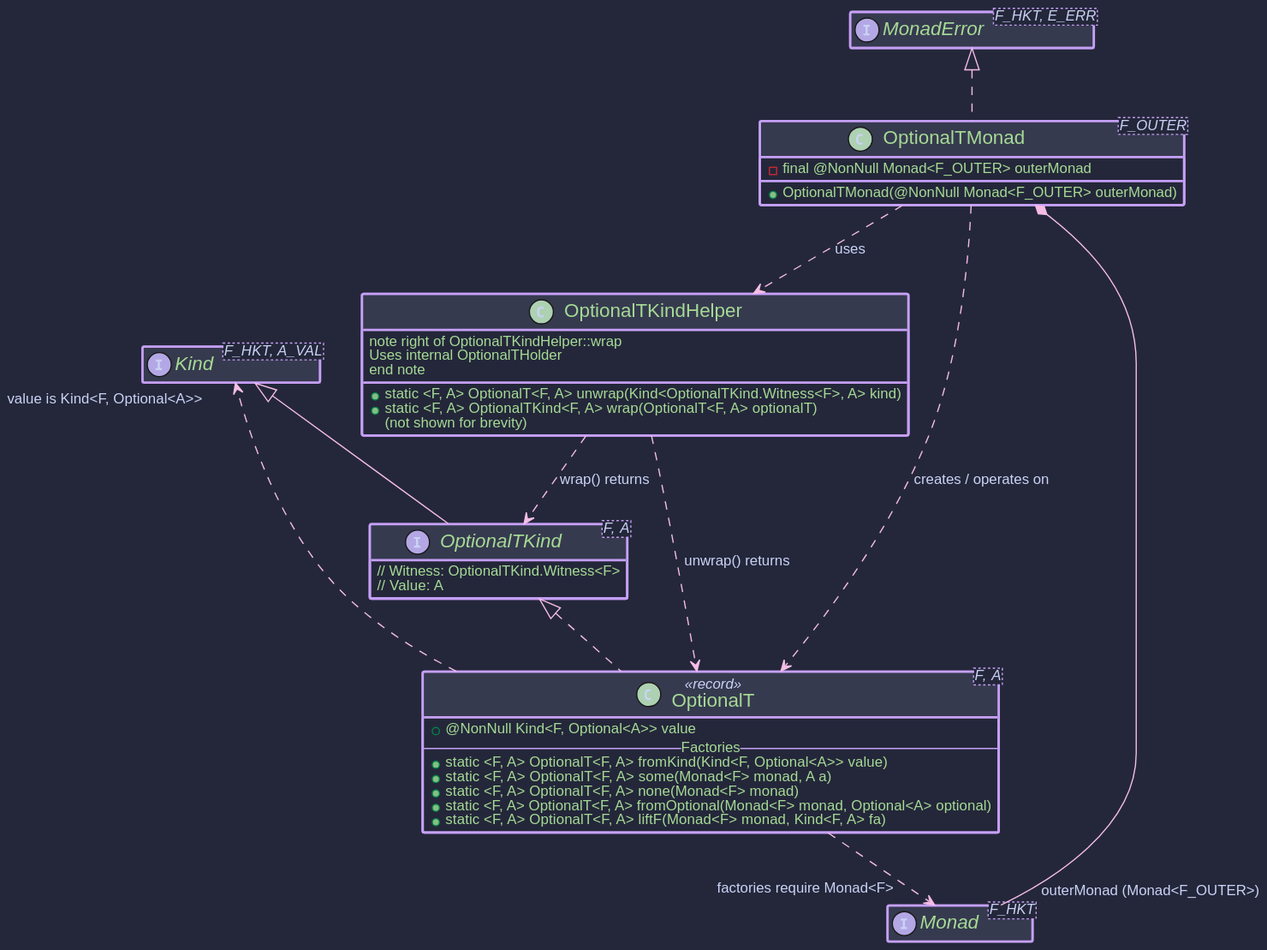
Before: hkj-book/src/images/puml/optional_t_transformer.svg, a diagram exported from PlantUML (higher-kinded-j/higher-kinded-j).
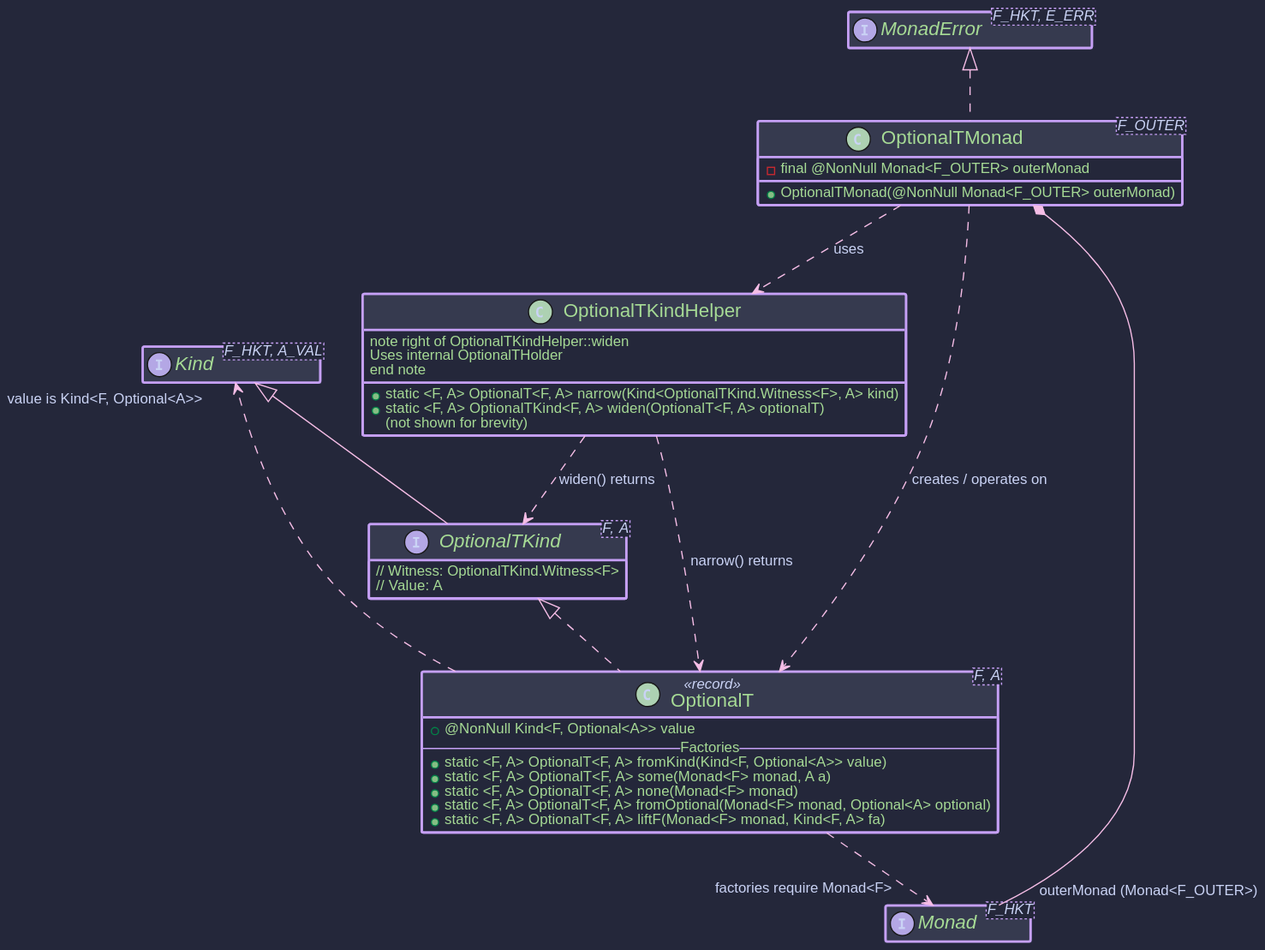
After the commit.

The edit, as a diff of the source:
```diff
@@ -28,10 +28,10 @@
   }
 
   class OptionalTKindHelper {
-    + static <F, A> OptionalT<F, A> unwrap(Kind<OptionalTKind.Witness<F>, A> kind)
-    + static <F, A> OptionalTKind<F, A> wrap(OptionalT<F, A> optionalT)
+    + static <F, A> OptionalT<F, A> narrow(Kind<OptionalTKind.Witness<F>, A> kind)
+    + static <F, A> OptionalTKind<F, A> widen(OptionalT<F, A> optionalT)
 
-    note right of OptionalTKindHelper::wrap
+    note right of OptionalTKindHelper::widen
       Uses internal OptionalTHolder
       (not shown for brevity)
     end note
@@ -42,8 +42,8 @@
   OptionalTMonad ..> OptionalTKindHelper : uses
   OptionalTMonad ..> OptionalT : creates / operates on
 
-  OptionalTKindHelper ..> OptionalT : unwrap() returns
-  OptionalTKindHelper ..> OptionalTKind : wrap() returns
+  OptionalTKindHelper ..> OptionalT : narrow() returns
+  OptionalTKindHelper ..> OptionalTKind : widen() returns
 
 
   OptionalT ..> "value is Kind<F, Optional<A>>" Kind
```
